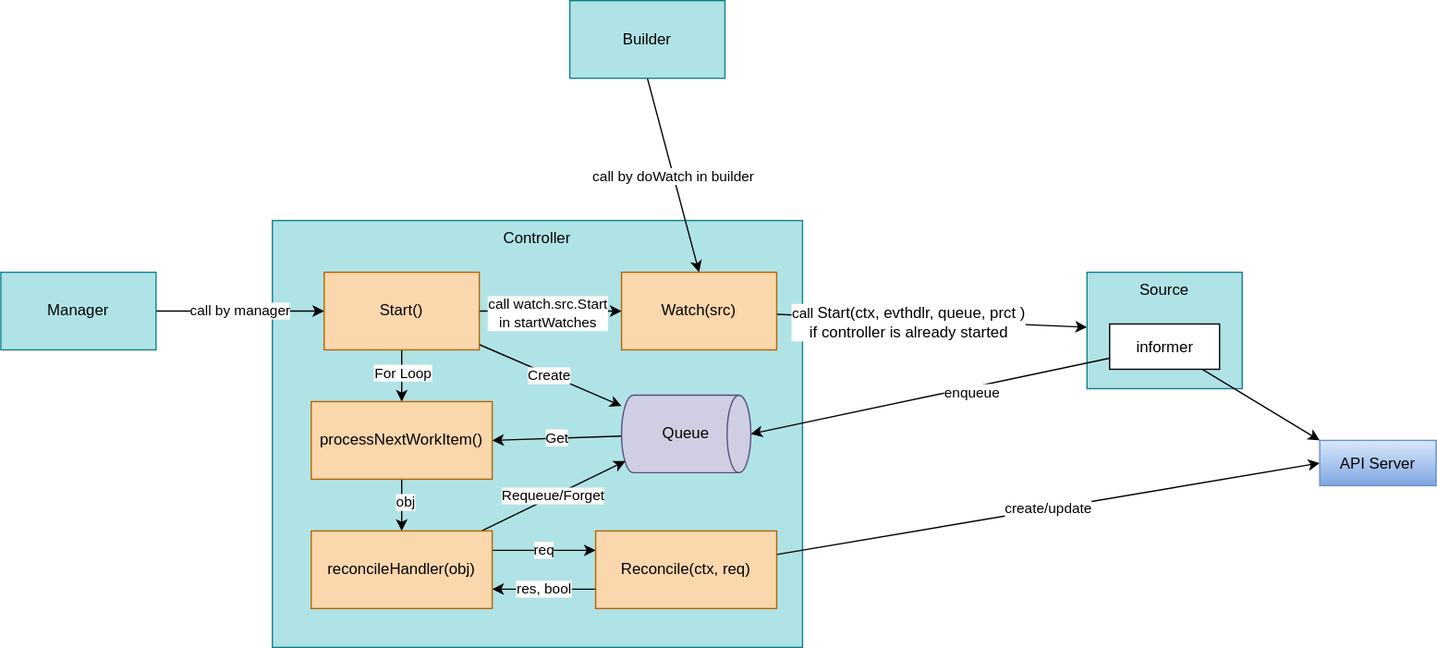
Before: contents/kubernetes-operator/controller-runtime/controller/diagram.drawio.svg, a diagram exported from draw.io (nakamasato/kubernetes-training). Source tidied: cells renumbered, new cells last; positions are measured from the earlier drawing's top-left corner, leaving out a move shared by most shapes.
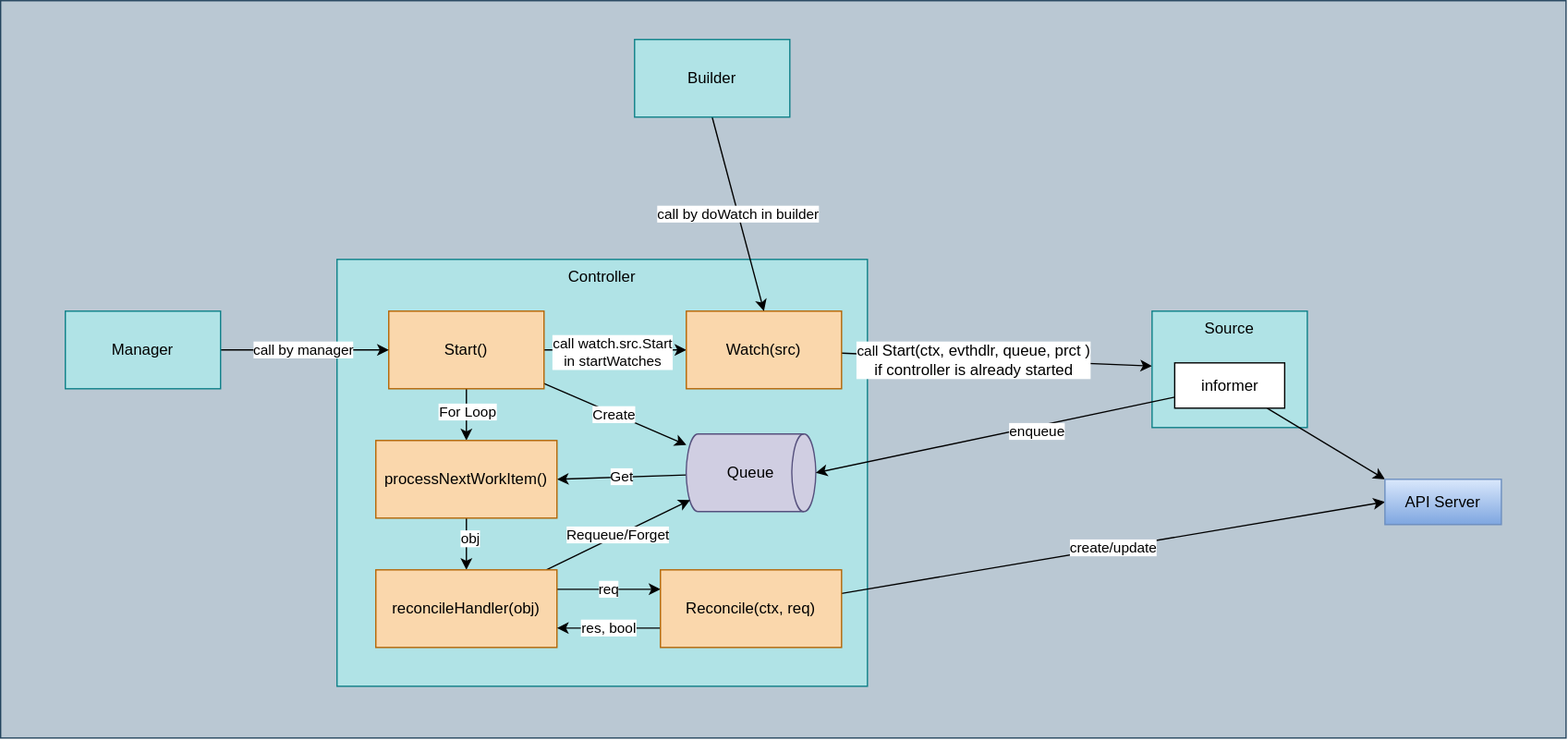
After the commit.

Diff of the diagram source:
```diff
@@ -2,6 +2,9 @@
   <root>
     <mxCell id="0" />
     <mxCell id="1" parent="0" />
+    <mxCell id="34" style="rounded=0;whiteSpace=wrap;html=1;fillColor=#bac8d3;strokeColor=#23445d;" parent="1" vertex="1">
+      <mxGeometry x="-50" y="-30" width="1210" height="570" as="geometry" />
+    </mxCell>
     <mxCell id="2" value="Controller" style="rounded=0;whiteSpace=wrap;html=1;verticalAlign=top;fillColor=#b0e3e6;strokeColor=#0e8088;" parent="1" vertex="1">
       <mxGeometry x="210" y="170" width="410" height="330" as="geometry" />
     </mxCell>
```
